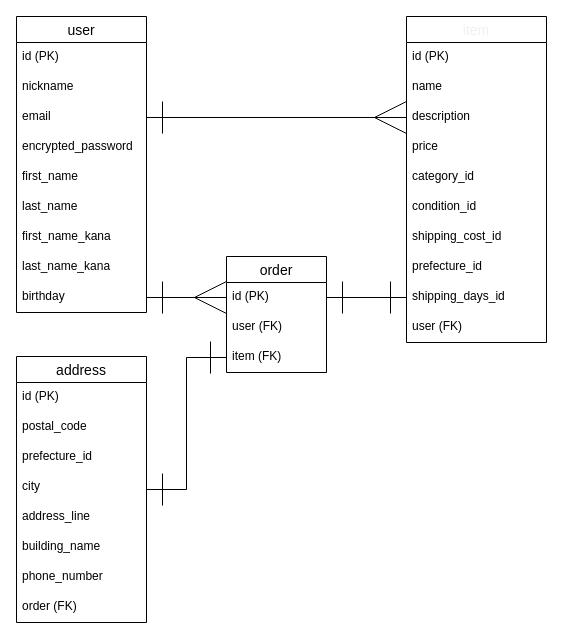
ooyamadaizan/furima-41683 keeps this draw.io diagram as fulima_41683_ER.dio. Above is the earlier version. Source tidied: cells renumbered, new cells numbered last; positions are measured from the earlier drawing's top-left corner, leaving out a move shared by most shapes. Both pictures are drawn from the tidied source at 100%, with x=0, y=0 at pixel (16, 16).
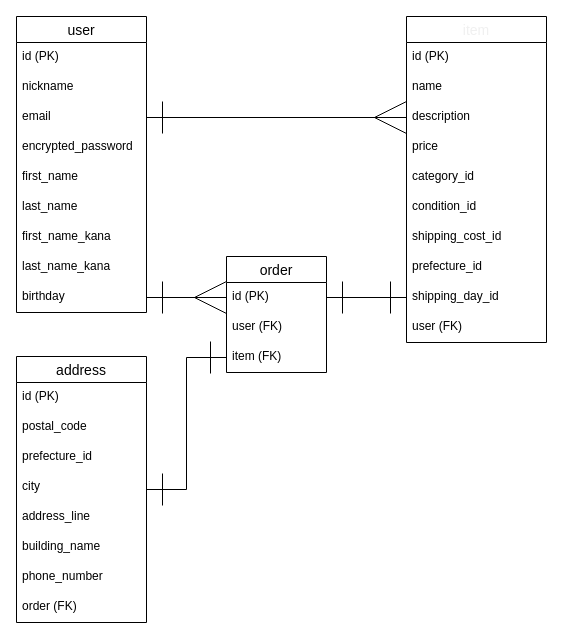
The same diagram, later.

Commit message (it also covers changes not shown here):
READMEとER図修正実施

itemsテーブルのshipping_days_idをshipping_day_idに変更実施

Unchanged cells that the change refers to:
```xml
<mxCell id="12" value="item" style="swimlane;fontStyle=0;horizontal=1;startSize=26;align=center;fontSize=14;labelBackgroundColor=none;fontColor=#F0F0F0;" parent="1" vertex="1">
  <mxGeometry x="390" width="140" height="326" as="geometry" />
</mxCell>
```

What changed in the source:
```diff
@@
-    <mxCell id="21" value="shipping_days_id" style="text;strokeColor=none;fillColor=none;spacingLeft=4;spacingRight=4;overflow=hidden;points=[[0,0.5],[1,0.5]];portConstraint=eastwest;fontSize=12;" parent="12" vertex="1">
+    <mxCell id="21" value="shipping_day_id" style="text;strokeColor=none;fillColor=none;spacingLeft=4;spacingRight=4;overflow=hidden;points=[[0,0.5],[1,0.5]];portConstraint=eastwest;fontSize=12;" parent="12" vertex="1">
       <mxGeometry y="266" width="140" height="30" as="geometry" />
     </mxCell>
```
